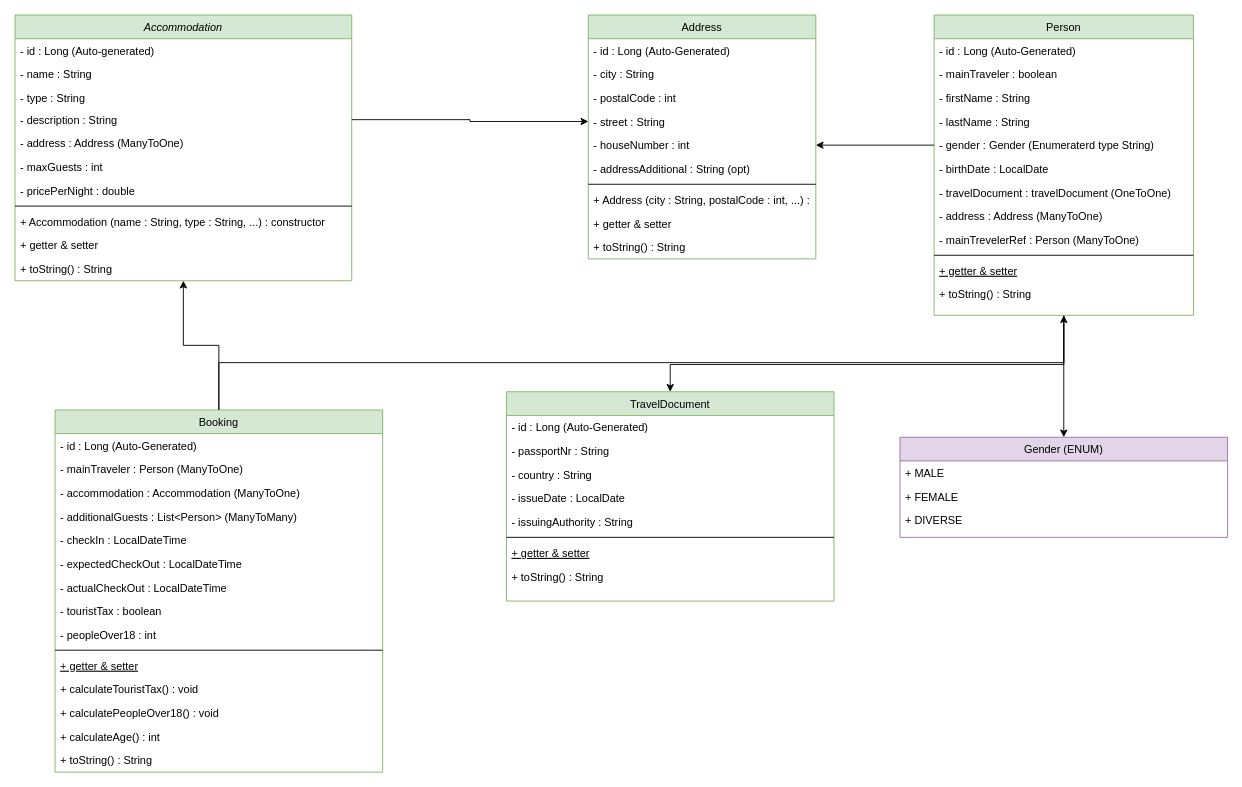
This is docs/equilibria-uml-18-01-2025.drawio from Equilibria-sharing-DP/equilibria-sharing_backend, a draw.io file, before an edit. Source tidied: cells renumbered, new cells numbered last; positions are measured from the earlier drawing's top-left corner, leaving out a move shared by most shapes. Both pictures are drawn from the tidied source at 91%, with x=0, y=0 at pixel (15, 15).
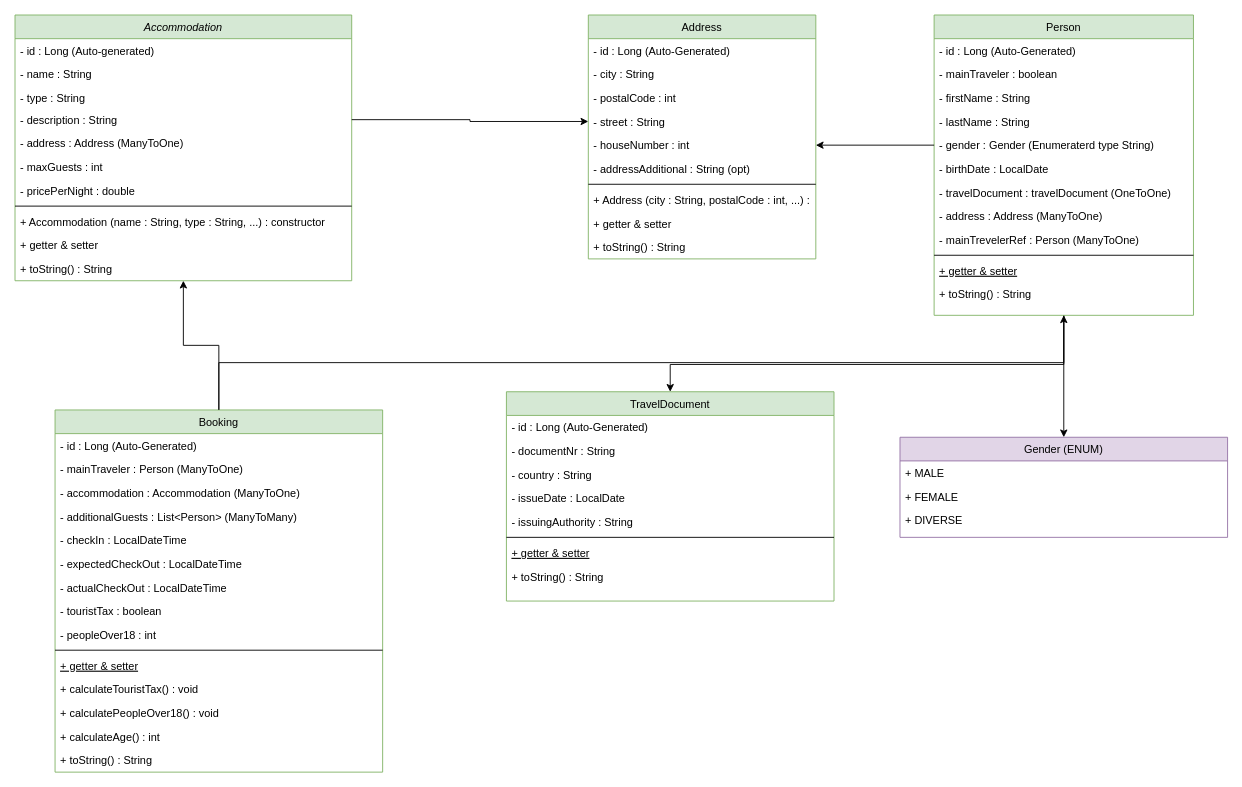
The same diagram, later.

Unchanged cells that the change refers to:
```xml
<mxCell id="61" value="TravelDocument" style="swimlane;fontStyle=0;align=center;verticalAlign=top;horizontal=1;startSize=26;rounded=0;shadow=0;strokeWidth=1;fillColor=#d5e8d4;strokeColor=#82b366;" parent="1" vertex="1">
  <mxGeometry x="540" y="414" width="360" height="230" as="geometry" />
</mxCell>
```

What changed in the source:
```diff
@@
-    <mxCell id="63" value="- passportNr : String" style="text;align=left;verticalAlign=top;spacingLeft=4;spacingRight=4;overflow=hidden;rounded=0;shadow=0;html=0;" parent="61" vertex="1">
+    <mxCell id="63" value="- documentNr : String" style="text;align=left;verticalAlign=top;spacingLeft=4;spacingRight=4;overflow=hidden;rounded=0;shadow=0;html=0;" parent="61" vertex="1">
       <mxGeometry y="52" width="360" height="26" as="geometry" />
     </mxCell>
```
